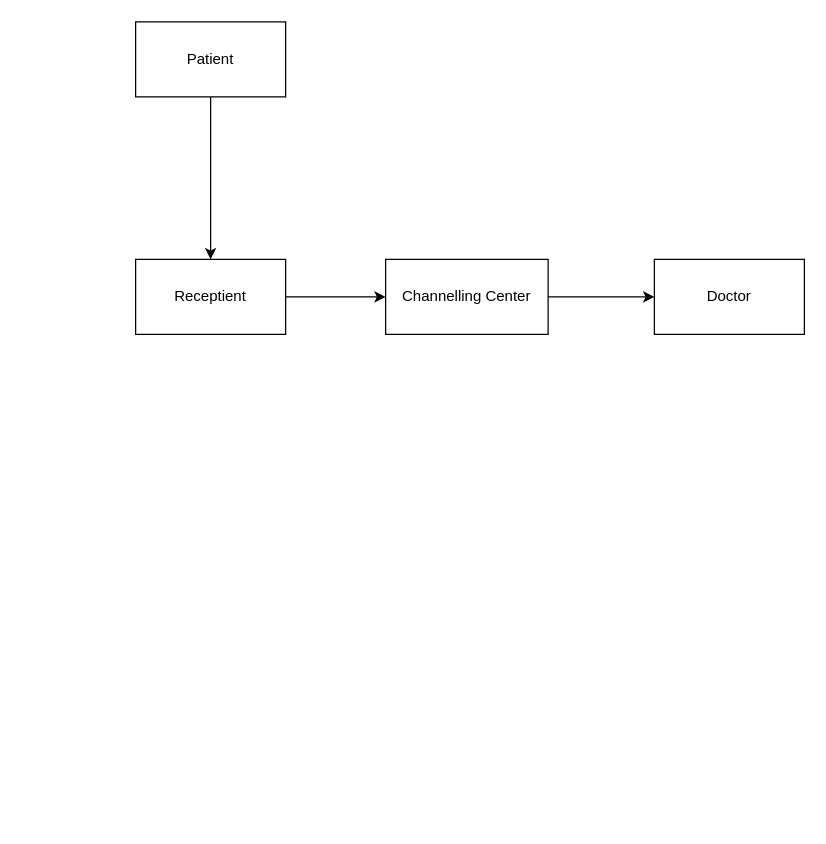
The draw.io diagram doctor_channeling.drawio in anoxtovo/docc, before the edit. Source tidied: cells renumbered, new cells numbered last; positions are measured from the earlier drawing's top-left corner, leaving out a move shared by most shapes. Both pictures are drawn from the tidied source at 125%, with x=0, y=0 at pixel (135, 21).
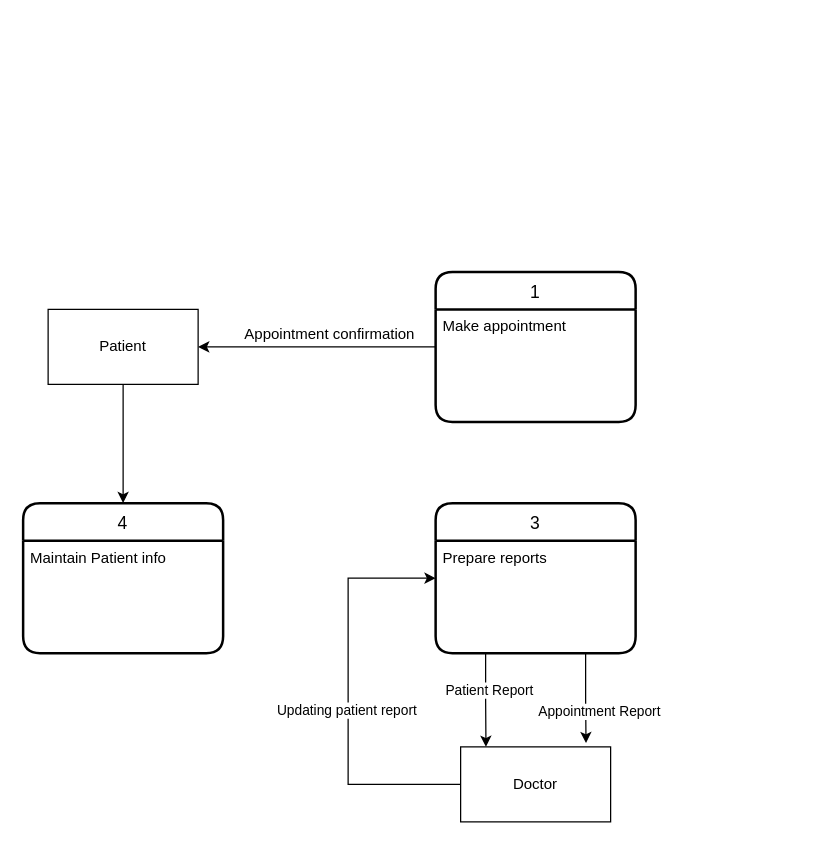
The same page after the edit.

What changed in the source:
```diff
@@
-    <mxCell id="2" style="edgeStyle=orthogonalEdgeStyle;rounded=0;jettySize=auto;html=1;exitX=0.5;exitY=1;exitDx=0;exitDy=0;entryX=0.5;entryY=0;entryDx=0;entryDy=0;" parent="1" edge="1" source="3" target="5">
-      <mxGeometry relative="1" as="geometry" />
-    </mxCell>
+    <mxCell id="9" style="edgeStyle=orthogonalEdgeStyle;rounded=0;jettySize=auto;html=1;entryX=0.5;entryY=0;entryDx=0;entryDy=0;" parent="1" edge="1" source="3" target="12">
+      <mxGeometry relative="1" as="geometry" />
+    </mxCell>
     <mxCell id="3" value="Patient" style="rounded=0;whiteSpace=wrap;html=1;" parent="1" vertex="1">
-      <mxGeometry width="120" height="60" as="geometry" />
+      <mxGeometry x="-70" y="230" width="120" height="60" as="geometry" />
     </mxCell>
-    <mxCell id="4" style="edgeStyle=orthogonalEdgeStyle;rounded=0;jettySize=auto;html=1;" parent="1" edge="1" source="5" target="7">
-      <mxGeometry relative="1" as="geometry" />
-    </mxCell>
-    <mxCell id="5" value="Receptient" style="rounded=0;whiteSpace=wrap;html=1;" parent="1" vertex="1">
-      <mxGeometry y="190" width="120" height="60" as="geometry" />
-    </mxCell>
-    <mxCell id="6" style="edgeStyle=orthogonalEdgeStyle;rounded=0;jettySize=auto;html=1;" parent="1" edge="1" source="7" target="8">
-      <mxGeometry relative="1" as="geometry" />
-    </mxCell>
-    <mxCell id="7" value="Channelling Center" style="rounded=0;whiteSpace=wrap;html=1;" parent="1" vertex="1">
-      <mxGeometry x="200" y="190" width="130" height="60" as="geometry" />
-    </mxCell>
+    <mxCell id="10" style="edgeStyle=orthogonalEdgeStyle;rounded=0;jettySize=auto;html=1;entryX=0;entryY=0.5;entryDx=0;entryDy=0;exitX=0;exitY=0.5;exitDx=0;exitDy=0;" parent="1" edge="1" source="8" target="18">
+      <mxGeometry relative="1" as="geometry">
+        <Array as="points">
+          <mxPoint x="170" y="610" />
+          <mxPoint x="170" y="445" />
+        </Array>
+      </mxGeometry>
+    </mxCell>
+    <mxCell id="11" value="Updating patient report" style="edgeLabel;html=1;align=center;verticalAlign=middle;" parent="10" vertex="1">
+      <mxGeometry x="-0.08" y="2" relative="1" as="geometry" />
+    </mxCell>
     <mxCell id="8" value="Doctor" style="whiteSpace=wrap;html=1;rounded=0;" parent="1" vertex="1">
-      <mxGeometry x="415" y="190" width="120" height="60" as="geometry" />
+      <mxGeometry x="260" y="580" width="120" height="60" as="geometry" />
     </mxCell>
+    <mxCell id="12" value="4" style="swimlane;horizontal=1;startSize=30;rounded=1;fontSize=14;fontStyle=0;strokeWidth=2;shadow=0;dashed=0;align=center;" parent="1" vertex="1">
+      <mxGeometry x="-90" y="385" width="160" height="120" as="geometry" />
+    </mxCell>
+    <mxCell id="13" value="Maintain Patient info" style="align=left;strokeColor=none;fillColor=none;spacingLeft=4;fontSize=12;verticalAlign=top;" parent="12" vertex="1">
+      <mxGeometry y="30" width="160" height="90" as="geometry" />
+    </mxCell>
+    <mxCell id="14" style="edgeStyle=orthogonalEdgeStyle;rounded=0;jettySize=auto;html=1;entryX=1;entryY=0.5;entryDx=0;entryDy=0;" parent="1" edge="1" source="15" target="3">
+      <mxGeometry relative="1" as="geometry" />
+    </mxCell>
+    <mxCell id="15" value="1" style="swimlane;horizontal=1;startSize=30;rounded=1;fontSize=14;fontStyle=0;strokeWidth=2;shadow=0;dashed=0;align=center;" parent="1" vertex="1">
+      <mxGeometry x="240" y="200" width="160" height="120" as="geometry" />
+    </mxCell>
+    <mxCell id="16" value="Make appointment" style="align=left;strokeColor=none;fillColor=none;spacingLeft=4;fontSize=12;verticalAlign=top;" parent="15" vertex="1">
+      <mxGeometry y="30" width="160" height="90" as="geometry" />
+    </mxCell>
+    <mxCell id="17" value="Appointment confirmation" style="text;html=1;align=center;verticalAlign=middle;strokeColor=none;fillColor=none;" parent="1" vertex="1">
+      <mxGeometry x="80" y="240" width="150" height="20" as="geometry" />
+    </mxCell>
+    <mxCell id="18" value="3" style="swimlane;horizontal=1;startSize=30;rounded=1;fontSize=14;fontStyle=0;strokeWidth=2;shadow=0;dashed=0;align=center;" parent="1" vertex="1">
+      <mxGeometry x="240" y="385" width="160" height="120" as="geometry" />
+    </mxCell>
+    <mxCell id="19" value="Prepare reports" style="align=left;strokeColor=none;fillColor=none;spacingLeft=4;fontSize=12;verticalAlign=top;" parent="18" vertex="1">
+      <mxGeometry y="30" width="160" height="90" as="geometry" />
+    </mxCell>
+    <mxCell id="20" style="edgeStyle=orthogonalEdgeStyle;rounded=0;jettySize=auto;html=1;exitX=0.25;exitY=1;exitDx=0;exitDy=0;entryX=0.169;entryY=0;entryDx=0;entryDy=0;entryPerimeter=0;" parent="1" edge="1" source="19" target="8">
+      <mxGeometry relative="1" as="geometry" />
+    </mxCell>
+    <mxCell id="21" value="Patient Report" style="edgeLabel;html=1;align=center;verticalAlign=middle;" parent="20" vertex="1">
+      <mxGeometry x="-0.22" y="2" relative="1" as="geometry" />
+    </mxCell>
+    <mxCell id="22" style="edgeStyle=orthogonalEdgeStyle;rounded=0;jettySize=auto;html=1;exitX=0.75;exitY=1;exitDx=0;exitDy=0;entryX=0.836;entryY=-0.05;entryDx=0;entryDy=0;entryPerimeter=0;" parent="1" edge="1" source="19" target="8">
+      <mxGeometry relative="1" as="geometry" />
+    </mxCell>
+    <mxCell id="23" value="Appointment Report" style="edgeLabel;html=1;align=center;verticalAlign=middle;" parent="22" vertex="1">
+      <mxGeometry x="-0.11" relative="1" as="geometry">
+        <mxPoint x="10" y="14" as="offset" />
+      </mxGeometry>
+    </mxCell>
```
